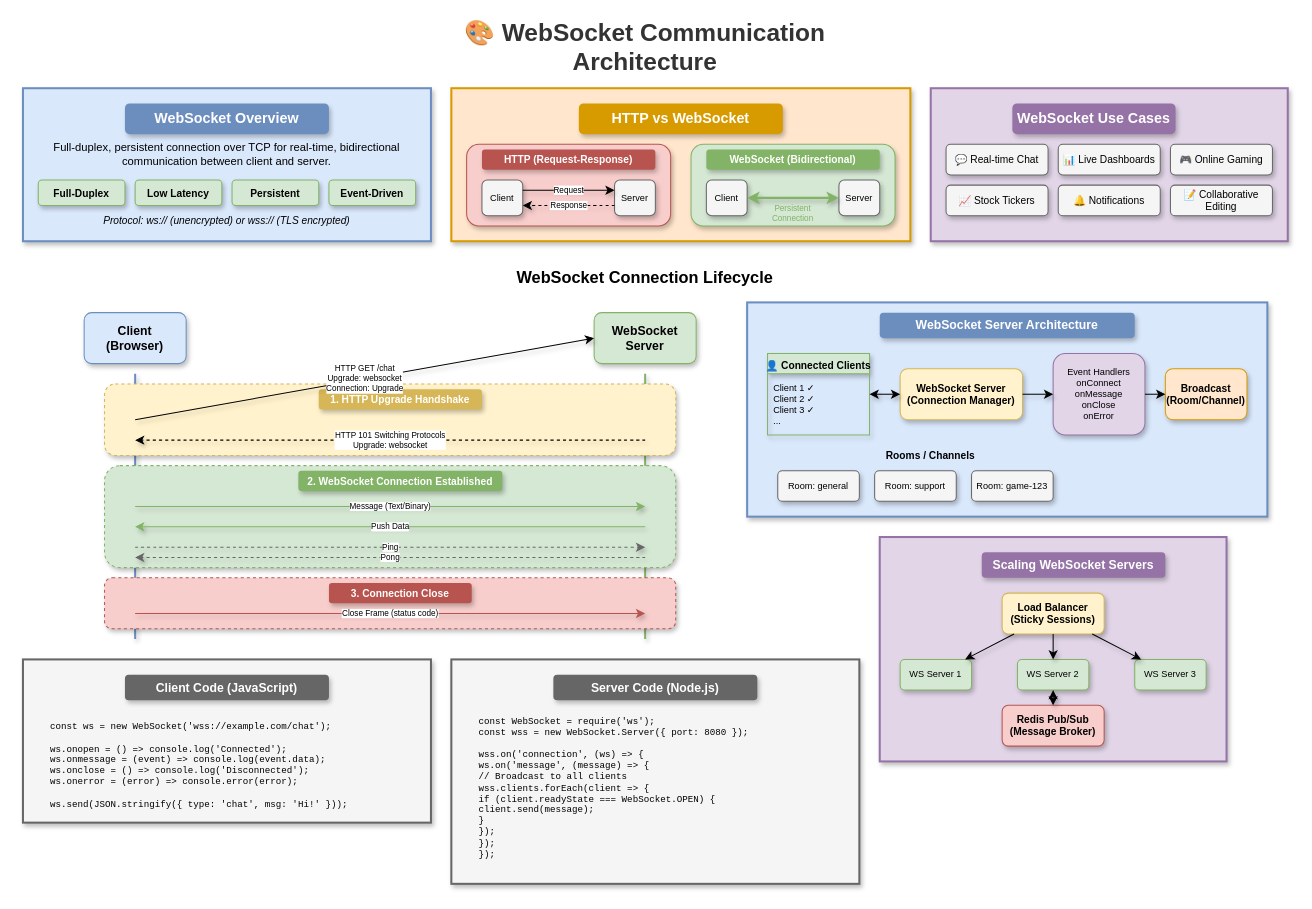
Earlier version of the draw.io diagram lesson-01-software-design-architecture/04-api-design/4.4-websocket-flow.drawio (MrParkerZ7/mono-lesson-software-architect-x-claude). Source tidied: cells renumbered, new cells numbered last; positions are measured from the earlier drawing's top-left corner, leaving out a move shared by most shapes. Both pictures are drawn from the tidied source at 102%, with x=0, y=0 at pixel (22, 27).
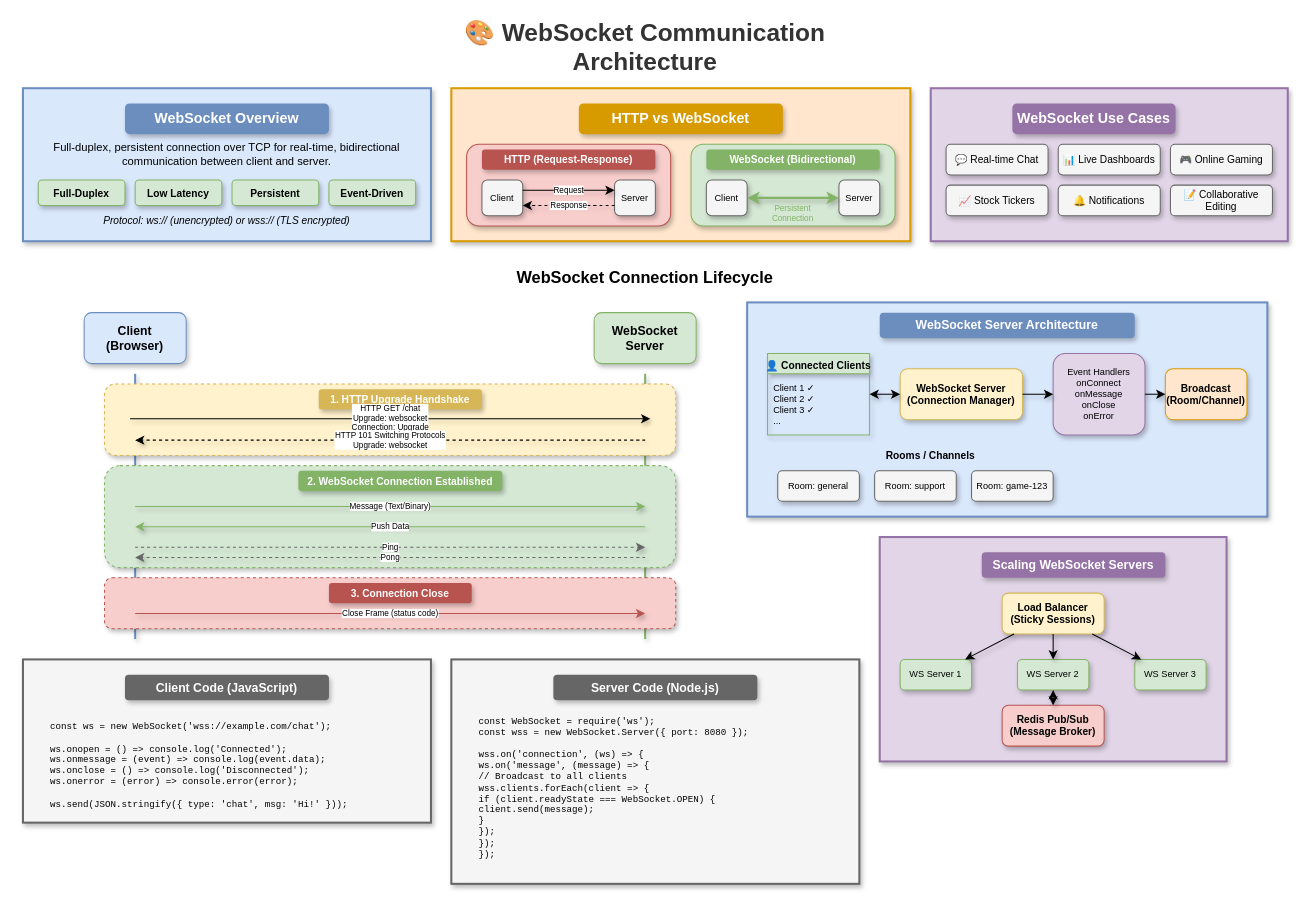
After the change.

Unchanged cells that the change refers to:
```xml
<mxCell id="35" value="WebSocket&#10;Server" style="rounded=1;whiteSpace=wrap;html=1;fillColor=#d5e8d4;strokeColor=#82b366;fontSize=12;fontStyle=1;shadow=1;" parent="1" vertex="1">
  <mxGeometry x="560" y="280" width="100" height="50" as="geometry" />
</mxCell>
```

What changed in the source:
```diff
@@
-    <mxCell id="40" value="HTTP GET /chat&#10;Upgrade: websocket&#10;Connection: Upgrade" style="endArrow=classic;html=1;fontSize=8;entryX=0;entryY=0.5;entryDx=0;entryDy=0;shadow=1;curved=1;flowAnimation=1;jumpStyle=arc;" parent="1" edge="1" target="35">
+    <mxCell id="40" value="HTTP GET /chat&#10;Upgrade: websocket&#10;Connection: Upgrade" style="endArrow=classic;html=1;fontSize=8;shadow=1;curved=1;flowAnimation=1;jumpStyle=arc;" parent="1" edge="1">
       <mxGeometry relative="1" as="geometry">
-        <mxPoint x="110" y="385" as="sourcePoint" />
+        <mxPoint x="105" y="384" as="sourcePoint" />
+        <mxPoint x="615" y="384" as="targetPoint" />
       </mxGeometry>
     </mxCell>
```
